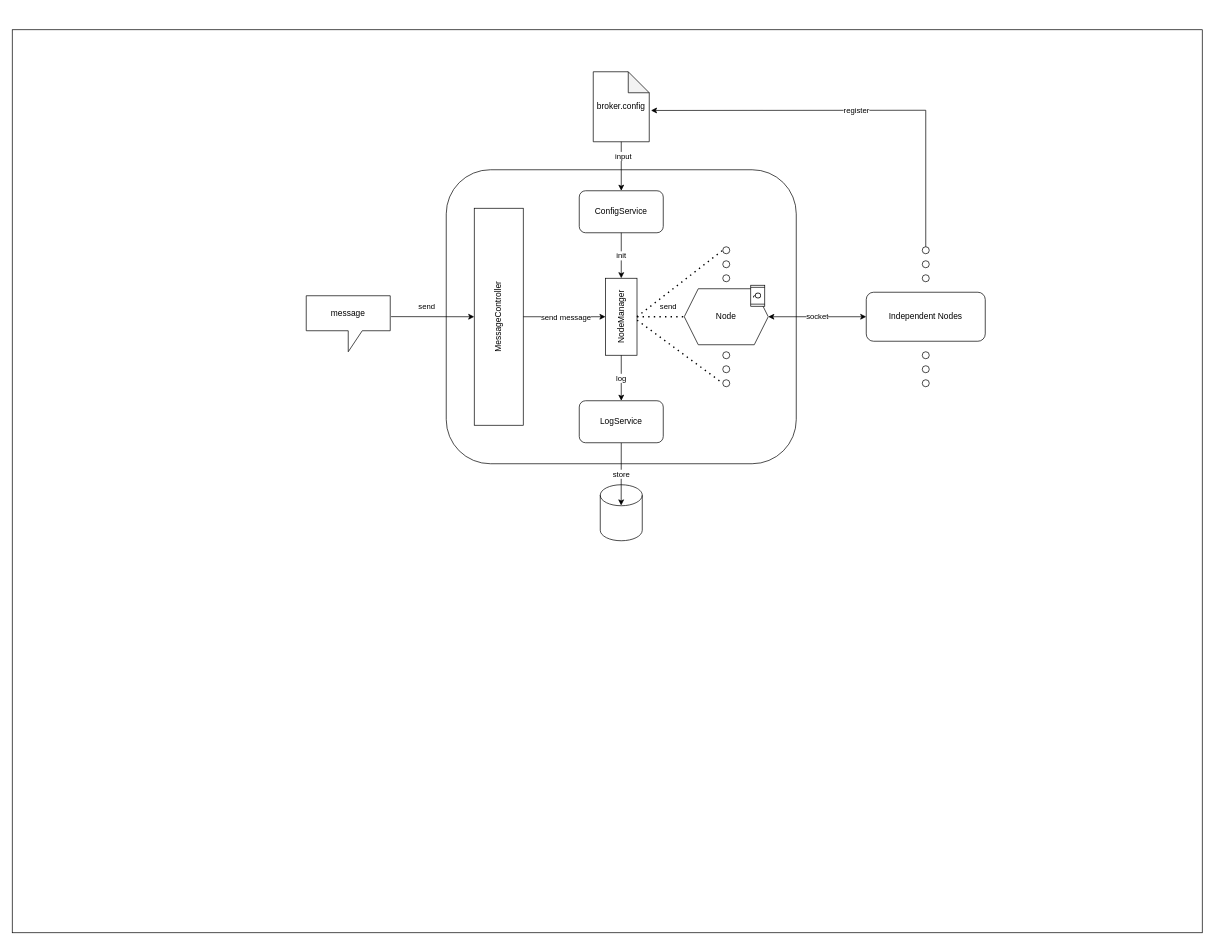
Earlier version of the draw.io diagram docs/architecture.drawio (Johan-Smit/Message-Queue). Source tidied: cells renumbered, new cells numbered last; positions are measured from the earlier drawing's top-left corner, leaving out a move shared by most shapes. Both pictures are drawn from the tidied source at 70%, with x=0, y=0 at pixel (12, 29).
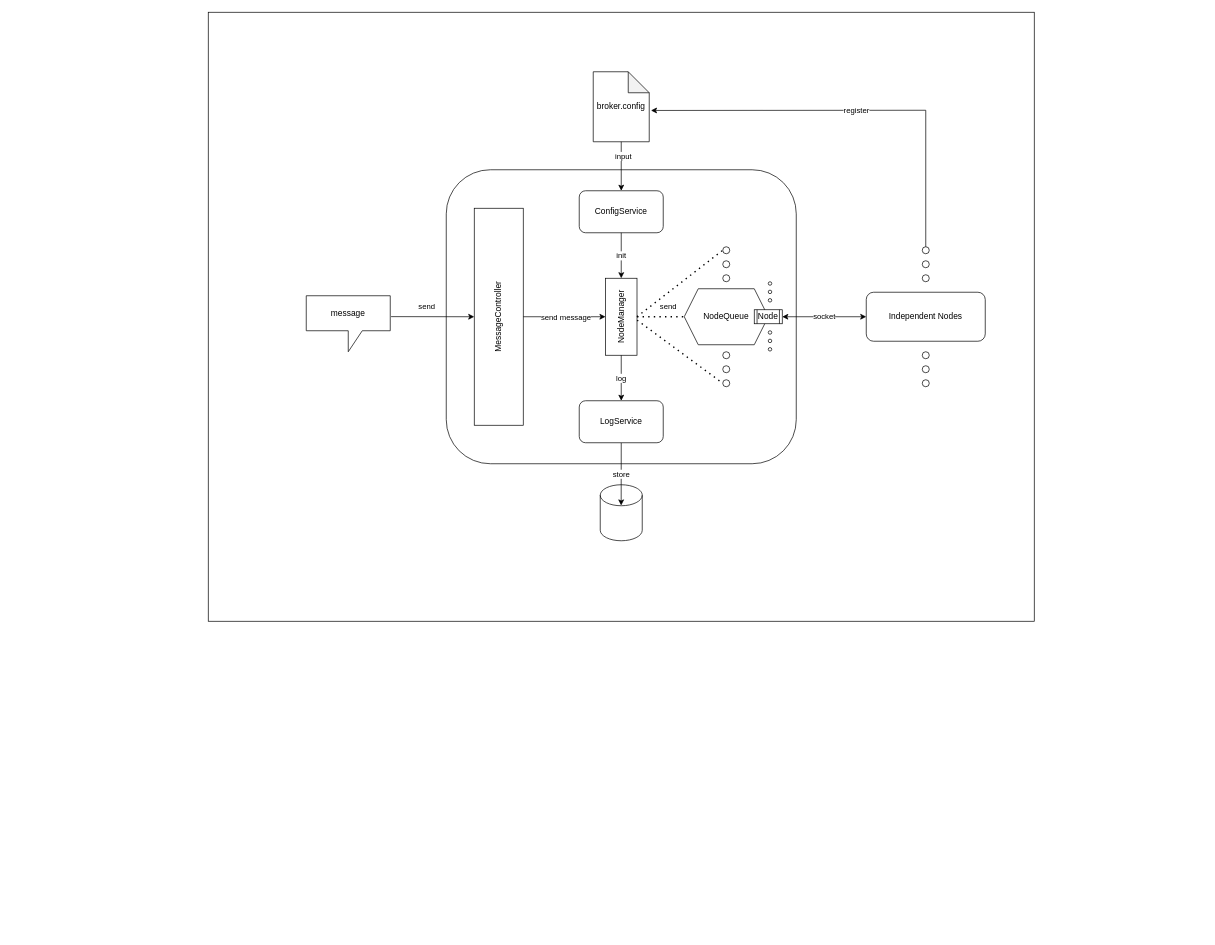
The same page after the edit.

The change refers to these unchanged cells:
```xml
<mxCell id="30" value="Independent Nodes" style="rounded=1;whiteSpace=wrap;html=1;" parent="1" vertex="1">
  <mxGeometry x="1220" y="375" width="170" height="70" as="geometry" />
</mxCell>
```

Diff of the diagram source:
```diff
@@
     <mxCell id="2" style="rounded=0;whiteSpace=wrap;html=1;" parent="1" vertex="1">
-      <mxGeometry width="1700" height="1290" as="geometry" />
+      <mxGeometry x="280" y="-25" width="1180" height="870" as="geometry" />
     </mxCell>
@@
-    <mxCell id="8" value="Node" style="shape=hexagon;perimeter=hexagonPerimeter2;whiteSpace=wrap;html=1;fixedSize=1;" parent="1" vertex="1">
+    <mxCell id="8" value="NodeQueue" style="shape=hexagon;perimeter=hexagonPerimeter2;whiteSpace=wrap;html=1;fixedSize=1;" parent="1" vertex="1">
       <mxGeometry x="960" y="370" width="120" height="80" as="geometry" />
     </mxCell>
@@
-    <mxCell id="38" value="Q" style="shape=process;whiteSpace=wrap;html=1;backgroundOutline=1;rotation=90;" parent="1" vertex="1">
-      <mxGeometry x="1050" y="370" width="30" height="20" as="geometry" />
+    <mxCell id="38" value="Node" style="shape=process;whiteSpace=wrap;html=1;backgroundOutline=1;rotation=0;" parent="1" vertex="1">
+      <mxGeometry x="1060" y="400" width="40" height="20" as="geometry" />
     </mxCell>
-    <mxCell id="39" value="socket" style="endArrow=classic;startArrow=classic;html=1;rounded=0;entryX=0;entryY=0.5;entryDx=0;entryDy=0;exitX=1;exitY=0.5;exitDx=0;exitDy=0;" parent="1" edge="1" source="8" target="30">
-      <mxGeometry relative="1" as="geometry" />
+    <mxCell id="39" value="socket" style="endArrow=classic;startArrow=classic;html=1;rounded=0;entryX=0;entryY=0.5;entryDx=0;entryDy=0;" parent="1" edge="1" target="30">
+      <mxGeometry relative="1" as="geometry">
+        <mxPoint x="1100" y="410" as="sourcePoint" />
+      </mxGeometry>
     </mxCell>
@@
+    <mxCell id="42" style="group;" parent="1" vertex="1">
+      <mxGeometry x="1080" y="430" width="5" height="30" as="geometry" />
+    </mxCell>
+    <mxCell id="43" style="ellipse;whiteSpace=wrap;html=1;" parent="42" vertex="1">
+      <mxGeometry width="5" height="5" as="geometry" />
+    </mxCell>
+    <mxCell id="44" style="ellipse;whiteSpace=wrap;html=1;" parent="42" vertex="1">
+      <mxGeometry y="12" width="5" height="5" as="geometry" />
+    </mxCell>
+    <mxCell id="45" style="ellipse;whiteSpace=wrap;html=1;" parent="42" vertex="1">
+      <mxGeometry y="24" width="5" height="5" as="geometry" />
+    </mxCell>
+    <mxCell id="46" style="group;" parent="1" vertex="1">
+      <mxGeometry x="1080" y="360" width="5" height="29" as="geometry" />
+    </mxCell>
+    <mxCell id="47" style="ellipse;whiteSpace=wrap;html=1;" parent="46" vertex="1">
+      <mxGeometry width="5" height="5" as="geometry" />
+    </mxCell>
+    <mxCell id="48" style="ellipse;whiteSpace=wrap;html=1;" parent="46" vertex="1">
+      <mxGeometry y="12" width="5" height="5" as="geometry" />
+    </mxCell>
+    <mxCell id="49" style="ellipse;whiteSpace=wrap;html=1;" parent="46" vertex="1">
+      <mxGeometry y="24" width="5" height="5" as="geometry" />
+    </mxCell>
```
